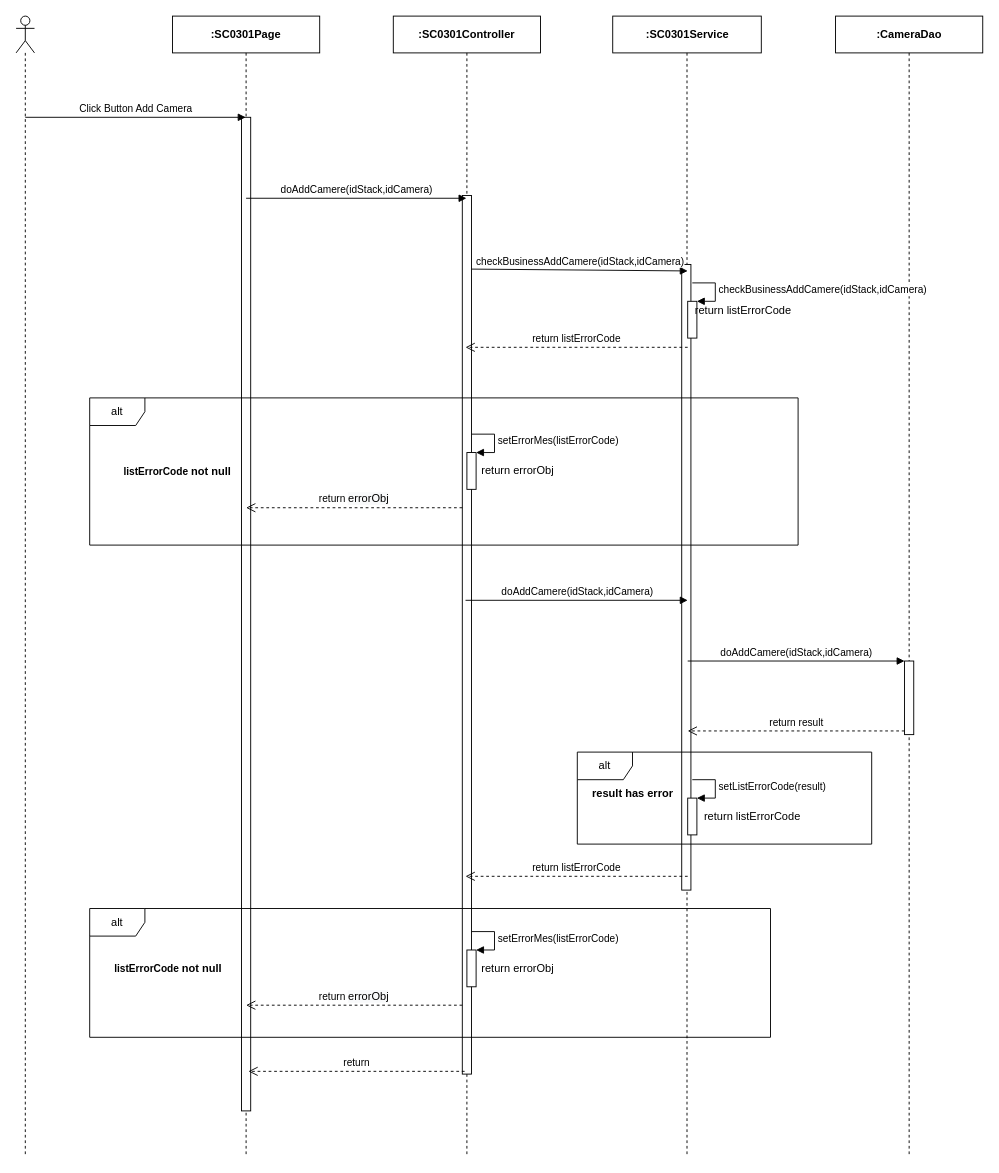
Above: page "Ev05" (5 of 10) of Users/LuanNM/SEQ Diagram Review/sc03/SC0301_StackDetail.drawio in luannmdev/CapstoneDocument (draw.io), before the change. Source tidied: cells renumbered, new cells numbered last; positions are measured from the earlier drawing's top-left corner, leaving out a move shared by most shapes. Both pictures are drawn from the tidied source at 92%, with x=0, y=0 at pixel (16, 16).
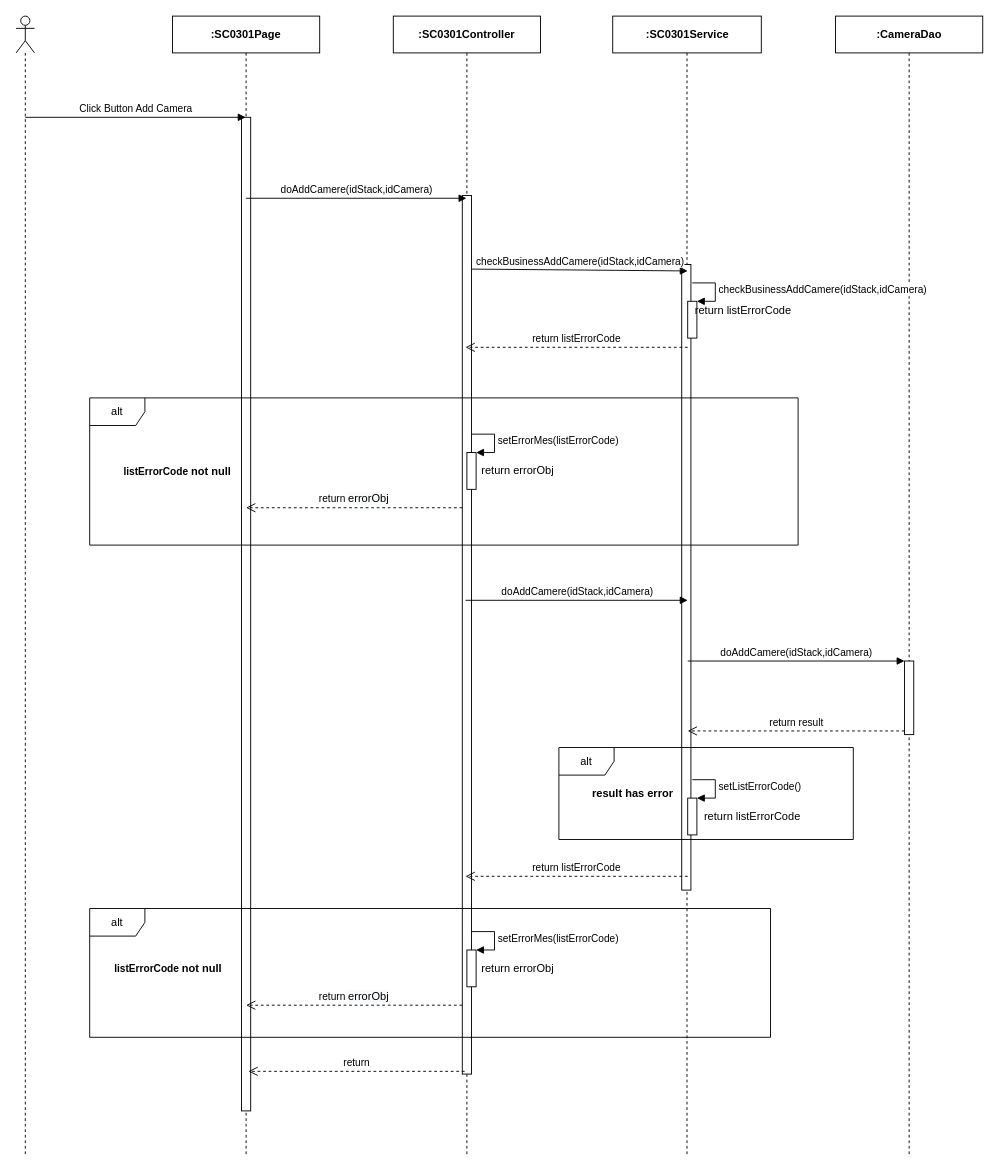
Above is the later version.

The change refers to these unchanged cells:
```xml
<mxCell id="30" style="html=1;points=[];perimeter=orthogonalPerimeter;" parent="1" vertex="1">
  <mxGeometry x="730" y="850" width="10" height="40" as="geometry" />
</mxCell>
```

Diff of the diagram source:
```diff
@@
-    <mxCell id="31" value="setListErrorCode(result)" style="edgeStyle=orthogonalEdgeStyle;html=1;align=left;spacingLeft=2;endArrow=block;rounded=0;entryX=1;entryY=0;" parent="1" edge="1" target="30">
+    <mxCell id="31" value="setListErrorCode()" style="edgeStyle=orthogonalEdgeStyle;html=1;align=left;spacingLeft=2;endArrow=block;rounded=0;entryX=1;entryY=0;" parent="1" edge="1" target="30">
       <mxGeometry relative="1" as="geometry">
         <mxPoint x="735" y="830" as="sourcePoint" />
         <Array as="points">
           <mxPoint x="760" y="830" />
         </Array>
       </mxGeometry>
     </mxCell>
@@
     <mxCell id="39" value="alt" style="shape=umlFrame;whiteSpace=wrap;html=1;" parent="1" vertex="1">
-      <mxGeometry x="610" y="800" width="320" height="100" as="geometry" />
+      <mxGeometry x="590" y="795" width="320" height="100" as="geometry" />
     </mxCell>
```
